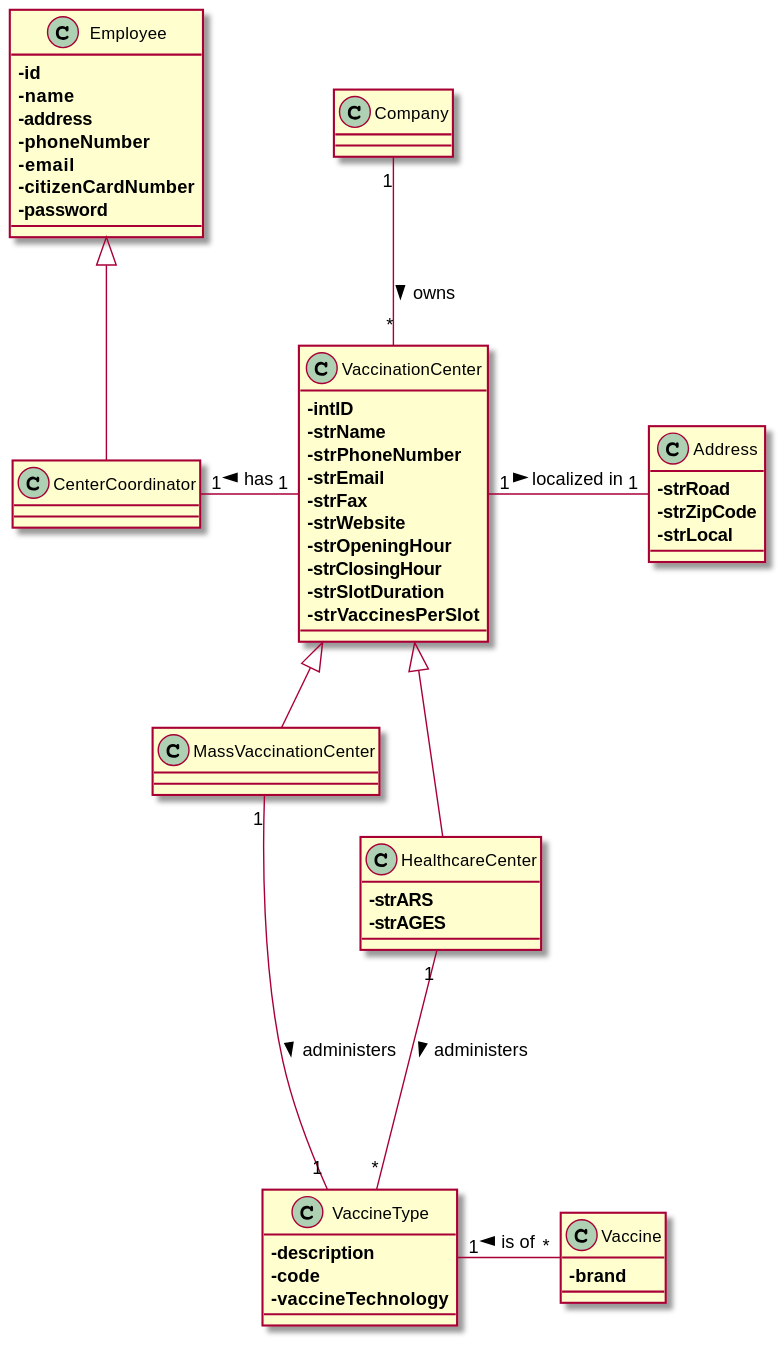
This is docs/SprintB/US009/US009_MD.svg from Pirussa/lei-22-s2-1da-g02, a PlantUML export, as it was before one commit.
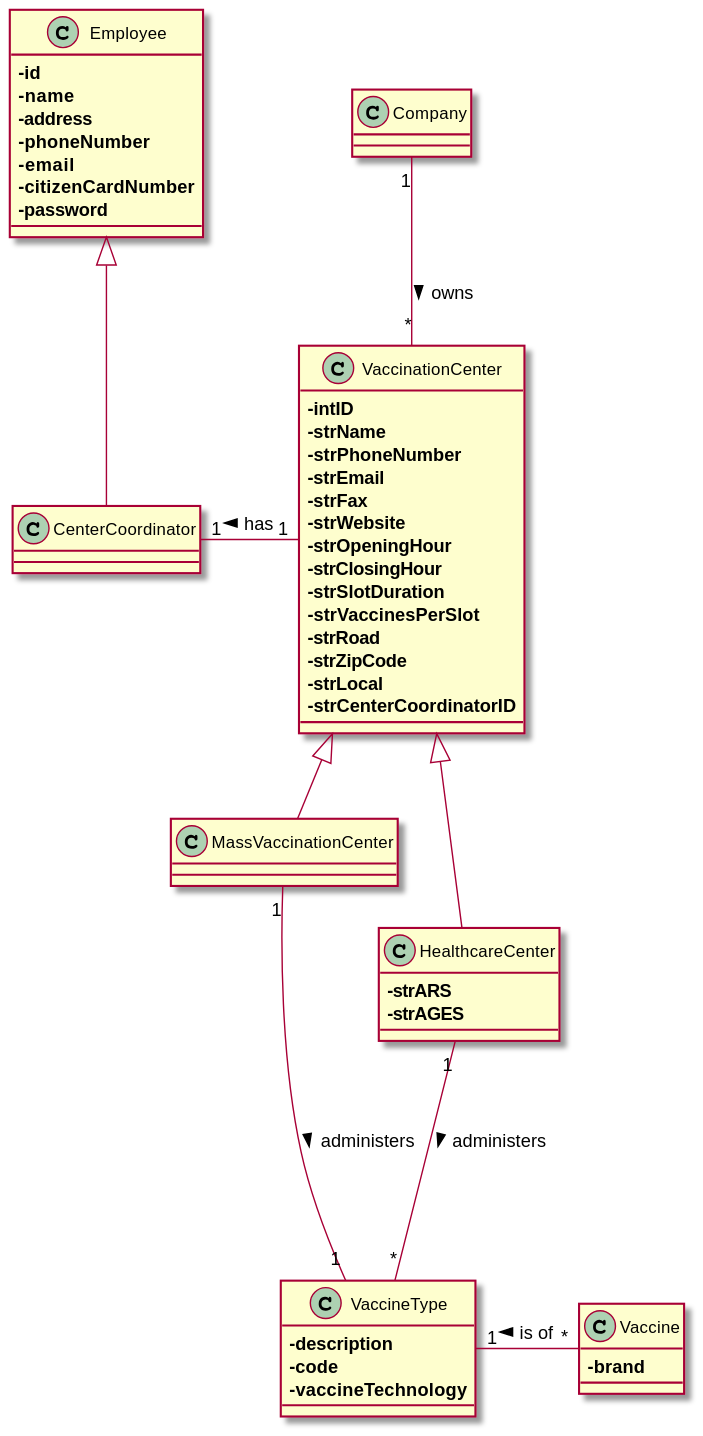
After the commit.

Diff of the diagram source:
```diff
@@ -12,12 +12,6 @@
 ==-brand
 }
 
-class Address{
-==-strRoad
-==-strZipCode
-==-strLocal
-}
-
 class VaccinationCenter{
 ==-intID
 ==-strName
@@ -29,6 +23,10 @@
 ==-strClosingHour
 ==-strSlotDuration
 ==-strVaccinesPerSlot
+==-strRoad
+==-strZipCode
+==-strLocal
+==-strCenterCoordinatorID
 }
 
 class CenterCoordinator extends Employee{
@@ -55,7 +53,6 @@
 
 Company "1" -down- "*" VaccinationCenter: owns >
 VaccinationCenter "1" -left- "1" CenterCoordinator: has >
-VaccinationCenter "1" -right- "1" Address: localized in >
 MassVaccinationCenter "1" --down-- "1" VaccineType: administers >
 HealthcareCenter "1" -down- "*" VaccineType: administers >
 Vaccine "*" --left-- "1" VaccineType: is of >
```
